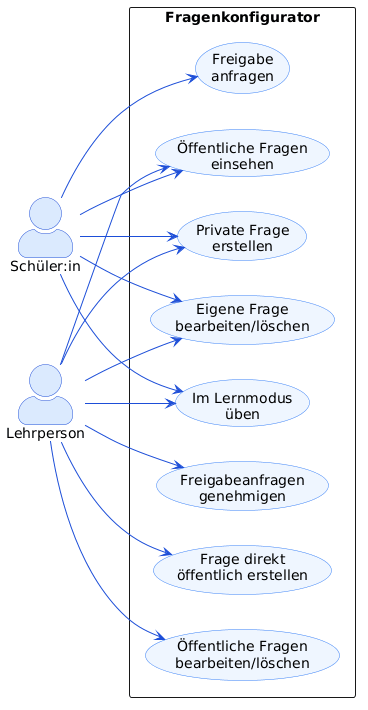
The PlantUML diagram pics/fragenkonf_usecase.png in LearnHubDipl/thesis-content-management, before a commit.
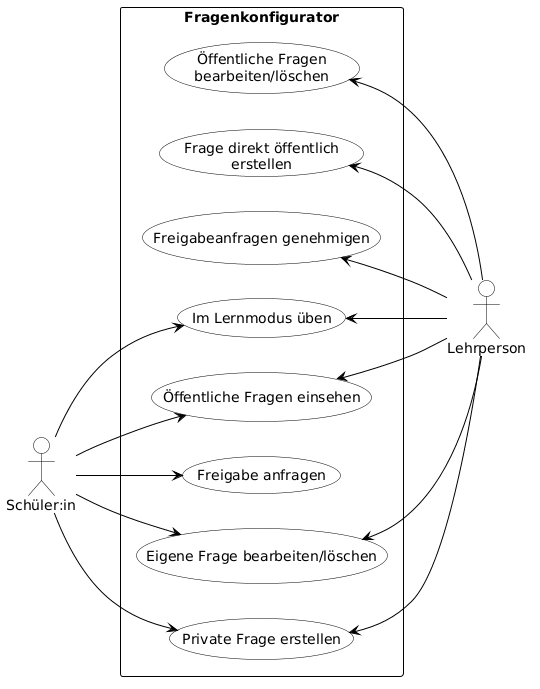
After the change.

Commit message:
verbesserung außer uml übersicht

The edit, as a diff of the source:
```diff
@@ -1,30 +1,33 @@
 @startuml
-skinparam actorStyle awesome
-skinparam backgroundColor white
+left to right direction
+skinparam packageStyle rectangle
 skinparam usecase {
-    BackgroundColor #EFF6FF
-    BorderColor     #3B82F6
-    ArrowColor      #1D4ED8
+  BackgroundColor White
+  BorderColor Black
+  ArrowColor Black
 }
 skinparam actor {
-    BackgroundColor #DBEAFE
-    BorderColor     #1D4ED8
+  BackgroundColor White
+  BorderColor Black
+}
+skinparam rectangle {
+  BackgroundColor White
+  BorderColor Black
+  FontStyle Bold
 }
 
-left to right direction
-
-actor "Schüler:in"  as S
-actor "Lehrperson"  as T
+actor "Schüler:in" as S
+actor "Lehrperson" as L
 
 rectangle "Fragenkonfigurator" {
-    usecase "Private Frage\nerstellen"          as UC1
-    usecase "Eigene Frage\nbearbeiten/löschen"  as UC2
-    usecase "Freigabe\nanfragen"                as UC3
-    usecase "Öffentliche Fragen\neinsehen"      as UC4
-    usecase "Im Lernmodus\nüben"                as UC5
-    usecase "Frage direkt\nöffentlich erstellen" as UC6
-    usecase "Freigabeanfragen\ngenehmigen"       as UC7
-    usecase "Öffentliche Fragen\nbearbeiten/löschen" as UC8
+  usecase "Private Frage erstellen" as UC1
+  usecase "Eigene Frage bearbeiten/löschen" as UC2
+  usecase "Freigabe anfragen" as UC3
+  usecase "Öffentliche Fragen einsehen" as UC4
+  usecase "Im Lernmodus üben" as UC5
+  usecase "Freigabeanfragen genehmigen" as UC6
+  usecase "Frage direkt öffentlich\nerstellen" as UC7
+  usecase "Öffentliche Fragen\nbearbeiten/löschen" as UC8
 }
 
 S --> UC1
@@ -32,11 +35,12 @@
 S --> UC3
 S --> UC4
 S --> UC5
-T --> UC1
-T --> UC2
-T --> UC4
-T --> UC5
-T --> UC6
-T --> UC7
-T --> UC8
+
+UC1 <-- L
+UC2 <-- L
+UC4 <-- L
+UC5 <-- L
+UC6 <-- L
+UC7 <-- L
+UC8 <-- L
 @enduml
```
